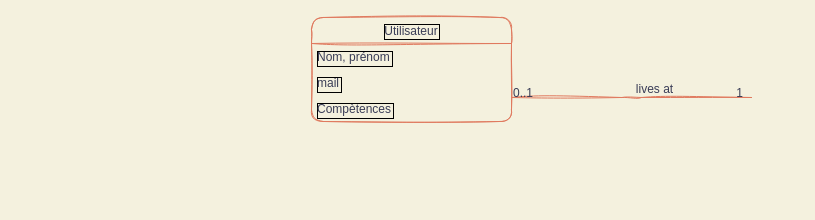
Above: Untitled Diagram.drawio in oksana-l/OCRs (draw.io), before the change. Source tidied: cells renumbered, new cells numbered last; positions are measured from the earlier drawing's top-left corner, leaving out a move shared by most shapes. Both pictures are drawn from the tidied source at 100%, with x=0, y=0 at pixel (311, 17).
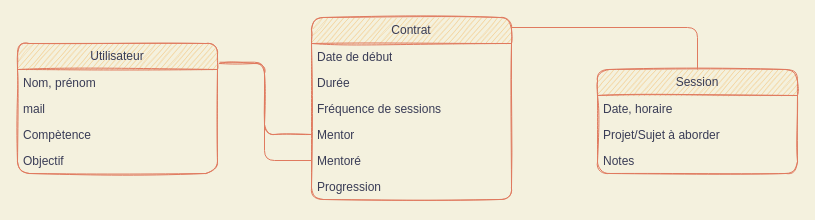
Above is the later version.

What changed in the source:
```diff
@@
-    <mxCell id="2" style="endArrow=none;shadow=0;strokeWidth=1;endFill=0;edgeStyle=elbowEdgeStyle;elbow=vertical;sketch=1;strokeColor=#E07A5F;fontColor=#393C56;labelBackgroundColor=#F4F1DE;" parent="1" edge="1">
+    <mxCell id="2" style="endArrow=none;shadow=0;strokeWidth=1;endFill=0;elbow=vertical;sketch=1;exitX=1.01;exitY=0.154;exitDx=0;exitDy=0;exitPerimeter=0;entryX=0;entryY=0.5;entryDx=0;entryDy=0;edgeStyle=orthogonalEdgeStyle;labelBackgroundColor=#F4F1DE;strokeColor=#E07A5F;fontColor=#393C56;" parent="1" edge="1" source="13" target="10">
       <mxGeometry x="0.5" y="41" relative="1" as="geometry">
-        <mxPoint x="200" y="80" as="sourcePoint" />
-        <mxPoint x="440" y="80" as="targetPoint" />
         <mxPoint x="-40" y="32" as="offset" />
       </mxGeometry>
     </mxCell>
-    <mxCell id="3" value="0..1" style="align=left;verticalAlign=bottom;labelBackgroundColor=none;fontSize=12;rounded=1;sketch=1;fillColor=#F2CC8F;strokeColor=#E07A5F;fontColor=#393C56;" parent="2" vertex="1">
-      <mxGeometry x="-1" relative="1" as="geometry">
-        <mxPoint y="4" as="offset" />
-      </mxGeometry>
-    </mxCell>
-    <mxCell id="4" value="1" style="align=right;verticalAlign=bottom;labelBackgroundColor=none;fontSize=12;rounded=1;sketch=1;fillColor=#F2CC8F;strokeColor=#E07A5F;fontColor=#393C56;" parent="2" vertex="1">
-      <mxGeometry x="1" relative="1" as="geometry">
-        <mxPoint x="-7" y="4" as="offset" />
-      </mxGeometry>
-    </mxCell>
-    <mxCell id="5" value="lives at" style="text;html=1;align=center;verticalAlign=middle;labelBackgroundColor=none;shadow=0;strokeWidth=1;fontSize=12;rounded=1;sketch=1;fontColor=#393C56;" parent="2" vertex="1">
-      <mxGeometry x="0.5" y="49" relative="1" as="geometry">
-        <mxPoint x="-38" y="40" as="offset" />
-      </mxGeometry>
-    </mxCell>
-    <mxCell id="6" value="Utilisateur" style="swimlane;fontStyle=0;horizontal=1;startSize=26;fillColor=none;glass=0;labelBorderColor=default;rounded=1;sketch=1;strokeColor=#E07A5F;fontColor=#393C56;labelBackgroundColor=#F4F1DE;" parent="1" vertex="1">
-      <mxGeometry width="200" height="104" as="geometry" />
+    <mxCell id="6" value="Contrat" style="swimlane;fontStyle=0;horizontal=1;startSize=26;glass=0;labelBorderColor=none;rounded=1;sketch=1;whiteSpace=wrap;fillColor=#F2CC8F;strokeColor=#E07A5F;fontColor=#393C56;" parent="1" vertex="1">
+      <mxGeometry width="200" height="182" as="geometry" />
     </mxCell>
-    <mxCell id="7" value="Nom, prénom" style="text;strokeColor=none;fillColor=none;align=left;verticalAlign=top;spacingLeft=4;spacingRight=4;overflow=hidden;glass=0;labelBorderColor=default;rounded=1;sketch=1;fontColor=#393C56;labelBackgroundColor=#F4F1DE;" parent="6" vertex="1">
+    <mxCell id="7" value="Date de début" style="text;strokeColor=none;fillColor=none;align=left;verticalAlign=top;spacingLeft=4;spacingRight=4;overflow=hidden;glass=0;labelBorderColor=none;rounded=1;sketch=1;whiteSpace=wrap;fontColor=#393C56;" parent="6" vertex="1">
       <mxGeometry y="26" width="200" height="26" as="geometry" />
     </mxCell>
-    <mxCell id="8" value="mail" style="text;strokeColor=none;fillColor=none;align=left;verticalAlign=top;spacingLeft=4;spacingRight=4;overflow=hidden;glass=0;labelBorderColor=default;rounded=1;sketch=1;fontColor=#393C56;labelBackgroundColor=#F4F1DE;" parent="6" vertex="1">
+    <mxCell id="8" value="Durée" style="text;strokeColor=none;fillColor=none;align=left;verticalAlign=top;spacingLeft=4;spacingRight=4;overflow=hidden;glass=0;labelBorderColor=none;rounded=1;sketch=1;whiteSpace=wrap;fontColor=#393C56;" parent="6" vertex="1">
       <mxGeometry y="52" width="200" height="26" as="geometry" />
     </mxCell>
-    <mxCell id="9" value="Compètences" style="text;strokeColor=none;fillColor=none;align=left;verticalAlign=top;spacingLeft=4;spacingRight=4;overflow=hidden;glass=0;labelBorderColor=default;rounded=1;sketch=1;fontColor=#393C56;labelBackgroundColor=#F4F1DE;" parent="6" vertex="1">
+    <mxCell id="9" value="Fréquence de sessions" style="text;strokeColor=none;fillColor=none;align=left;verticalAlign=top;spacingLeft=4;spacingRight=4;overflow=hidden;glass=0;labelBorderColor=none;rounded=1;sketch=1;whiteSpace=wrap;fontColor=#393C56;" parent="6" vertex="1">
       <mxGeometry y="78" width="200" height="26" as="geometry" />
     </mxCell>
+    <mxCell id="10" value="Mentor" style="text;strokeColor=none;fillColor=none;align=left;verticalAlign=top;spacingLeft=4;spacingRight=4;overflow=hidden;points=[[0,0.5],[1,0.5]];portConstraint=eastwest;glass=0;labelBorderColor=none;rounded=1;sketch=1;whiteSpace=wrap;fontColor=#393C56;" parent="6" vertex="1">
+      <mxGeometry y="104" width="200" height="26" as="geometry" />
+    </mxCell>
+    <mxCell id="11" value="Mentoré" style="text;strokeColor=none;fillColor=none;align=left;verticalAlign=top;spacingLeft=4;spacingRight=4;overflow=hidden;points=[[0,0.5],[1,0.5]];portConstraint=eastwest;glass=0;labelBorderColor=none;rounded=1;sketch=1;whiteSpace=wrap;fontColor=#393C56;" parent="6" vertex="1">
+      <mxGeometry y="130" width="200" height="26" as="geometry" />
+    </mxCell>
+    <mxCell id="12" value="Progression" style="text;strokeColor=none;fillColor=none;align=left;verticalAlign=top;spacingLeft=4;spacingRight=4;overflow=hidden;glass=0;labelBorderColor=none;rounded=1;sketch=1;whiteSpace=wrap;fontColor=#393C56;" parent="6" vertex="1">
+      <mxGeometry y="156" width="200" height="26" as="geometry" />
+    </mxCell>
+    <mxCell id="13" value="Utilisateur" style="swimlane;fontStyle=0;horizontal=1;startSize=26;glass=0;labelBorderColor=none;rounded=1;sketch=1;whiteSpace=wrap;fillColor=#F2CC8F;strokeColor=#E07A5F;fontColor=#393C56;" parent="1" vertex="1">
+      <mxGeometry x="-294" y="26" width="200" height="130" as="geometry" />
+    </mxCell>
+    <mxCell id="14" value="Nom, prénom" style="text;strokeColor=none;fillColor=none;align=left;verticalAlign=top;spacingLeft=4;spacingRight=4;overflow=hidden;glass=0;labelBorderColor=none;rounded=1;sketch=1;whiteSpace=wrap;fontColor=#393C56;" parent="13" vertex="1">
+      <mxGeometry y="26" width="200" height="26" as="geometry" />
+    </mxCell>
+    <mxCell id="15" value="mail" style="text;strokeColor=none;fillColor=none;align=left;verticalAlign=top;spacingLeft=4;spacingRight=4;overflow=hidden;glass=0;labelBorderColor=none;rounded=1;sketch=1;whiteSpace=wrap;fontColor=#393C56;" parent="13" vertex="1">
+      <mxGeometry y="52" width="200" height="26" as="geometry" />
+    </mxCell>
+    <mxCell id="16" value="Compètence" style="text;strokeColor=none;fillColor=none;align=left;verticalAlign=top;spacingLeft=4;spacingRight=4;overflow=hidden;glass=0;labelBorderColor=none;rounded=1;sketch=1;whiteSpace=wrap;fontColor=#393C56;" parent="13" vertex="1">
+      <mxGeometry y="78" width="200" height="26" as="geometry" />
+    </mxCell>
+    <mxCell id="17" value="Objectif" style="text;strokeColor=none;fillColor=none;align=left;verticalAlign=top;spacingLeft=4;spacingRight=4;overflow=hidden;glass=0;labelBorderColor=none;rounded=1;sketch=1;whiteSpace=wrap;fontColor=#393C56;" parent="13" vertex="1">
+      <mxGeometry y="104" width="200" height="26" as="geometry" />
+    </mxCell>
+    <mxCell id="18" style="edgeStyle=orthogonalEdgeStyle;rounded=1;sketch=0;jettySize=auto;html=1;exitX=0;exitY=0.5;exitDx=0;exitDy=0;entryX=1.01;entryY=0.144;entryDx=0;entryDy=0;entryPerimeter=0;endArrow=none;endFill=0;labelBackgroundColor=#F4F1DE;strokeColor=#E07A5F;fontColor=#393C56;" parent="1" edge="1" source="11" target="13">
+      <mxGeometry relative="1" as="geometry" />
+    </mxCell>
+    <mxCell id="19" style="edgeStyle=orthogonalEdgeStyle;rounded=1;sketch=0;jettySize=auto;html=1;exitX=0.5;exitY=0;exitDx=0;exitDy=0;endArrow=none;endFill=0;entryX=1;entryY=0.055;entryDx=0;entryDy=0;entryPerimeter=0;labelBackgroundColor=#F4F1DE;strokeColor=#E07A5F;fontColor=#393C56;" parent="1" edge="1" source="20" target="6">
+      <mxGeometry relative="1" as="geometry" />
+    </mxCell>
+    <mxCell id="20" value="Session" style="swimlane;fontStyle=0;horizontal=1;startSize=26;glass=0;labelBorderColor=none;rounded=1;sketch=1;whiteSpace=wrap;fillColor=#F2CC8F;strokeColor=#E07A5F;fontColor=#393C56;" parent="1" vertex="1">
+      <mxGeometry x="286" y="52" width="200" height="104" as="geometry" />
+    </mxCell>
+    <mxCell id="21" value="Date, horaire" style="text;strokeColor=none;fillColor=none;align=left;verticalAlign=top;spacingLeft=4;spacingRight=4;overflow=hidden;glass=0;labelBorderColor=none;rounded=1;sketch=1;whiteSpace=wrap;fontColor=#393C56;" parent="20" vertex="1">
+      <mxGeometry y="26" width="200" height="26" as="geometry" />
+    </mxCell>
+    <mxCell id="22" value="Projet/Sujet à aborder" style="text;strokeColor=none;fillColor=none;align=left;verticalAlign=top;spacingLeft=4;spacingRight=4;overflow=hidden;glass=0;labelBorderColor=none;rounded=1;sketch=1;whiteSpace=wrap;fontColor=#393C56;" parent="20" vertex="1">
+      <mxGeometry y="52" width="200" height="26" as="geometry" />
+    </mxCell>
+    <mxCell id="23" value="Notes" style="text;strokeColor=none;fillColor=none;align=left;verticalAlign=top;spacingLeft=4;spacingRight=4;overflow=hidden;glass=0;labelBorderColor=none;rounded=1;sketch=1;whiteSpace=wrap;fontColor=#393C56;" parent="20" vertex="1">
+      <mxGeometry y="78" width="200" height="26" as="geometry" />
+    </mxCell>
```
